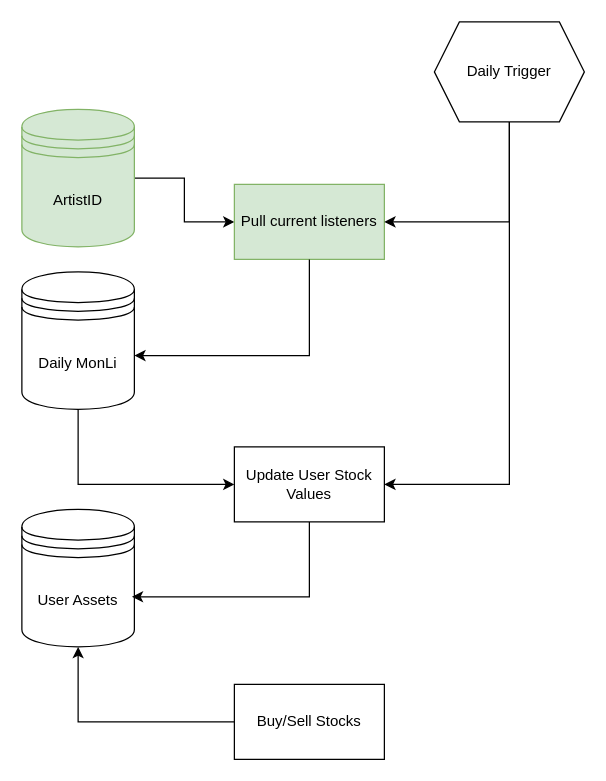
This is flow.drawio from YadamD/stocksify, a draw.io file, before an edit. Source tidied: cells renumbered, new cells numbered last; positions are measured from the earlier drawing's top-left corner, leaving out a move shared by most shapes. Both pictures are drawn from the tidied source at 125%, with x=0, y=0 at pixel (21, 21).
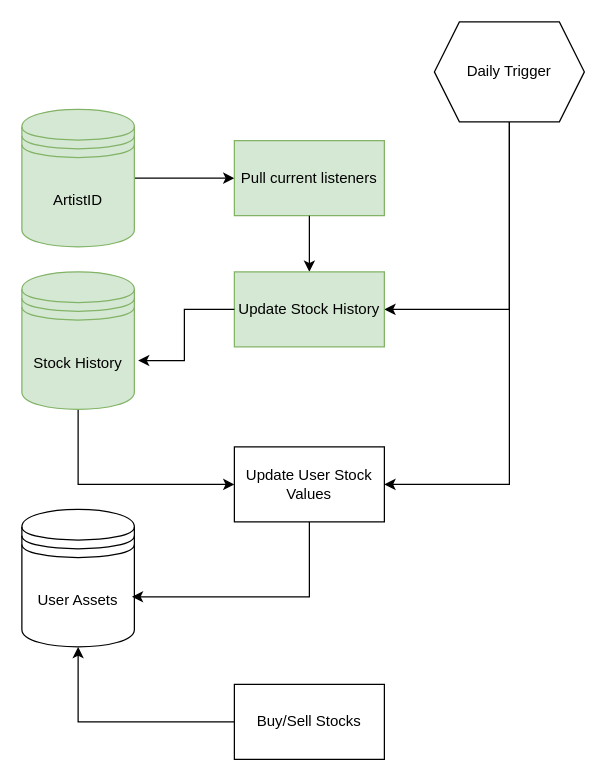
The same page after the edit.

The change refers to these unchanged cells:
```xml
<mxCell id="14" value="Daily Trigger" style="shape=hexagon;perimeter=hexagonPerimeter2;whiteSpace=wrap;html=1;fixedSize=1;" parent="1" vertex="1">
  <mxGeometry x="330" width="120" height="80" as="geometry" />
</mxCell>
```

The edit, as a diff of the source:
```diff
@@
-    <mxCell id="6" value="Daily MonLi" style="shape=datastore;whiteSpace=wrap;html=1;" parent="1" vertex="1">
+    <mxCell id="6" value="Stock History" style="shape=datastore;whiteSpace=wrap;html=1;fillColor=#d5e8d4;strokeColor=#82b366;" parent="1" vertex="1">
       <mxGeometry y="200" width="90" height="110" as="geometry" />
     </mxCell>
     <mxCell id="7" value="&lt;div&gt;Pull current listeners&lt;/div&gt;" style="rounded=0;whiteSpace=wrap;html=1;fillColor=#d5e8d4;strokeColor=#82b366;" parent="1" vertex="1">
-      <mxGeometry x="170" y="130" width="120" height="60" as="geometry" />
+      <mxGeometry x="170" y="95" width="120" height="60" as="geometry" />
     </mxCell>
-    <mxCell id="8" style="edgeStyle=orthogonalEdgeStyle;rounded=0;jettySize=auto;html=1;entryX=1;entryY=0.609;entryDx=0;entryDy=0;entryPerimeter=0;" parent="1" edge="1" source="7" target="6">
-      <mxGeometry relative="1" as="geometry">
-        <Array as="points">
-          <mxPoint x="230" y="267" />
-        </Array>
-      </mxGeometry>
+    <mxCell id="8" style="edgeStyle=orthogonalEdgeStyle;rounded=0;jettySize=auto;html=1;entryX=0.5;entryY=0;entryDx=0;entryDy=0;" parent="1" edge="1" source="7" target="16">
+      <mxGeometry relative="1" as="geometry" />
     </mxCell>
@@
-    <mxCell id="13" style="edgeStyle=orthogonalEdgeStyle;rounded=0;jettySize=auto;html=1;entryX=1;entryY=0.5;entryDx=0;entryDy=0;" parent="1" edge="1" source="14" target="7">
+    <mxCell id="13" style="edgeStyle=orthogonalEdgeStyle;rounded=0;jettySize=auto;html=1;entryX=1;entryY=0.5;entryDx=0;entryDy=0;" parent="1" edge="1" source="14" target="16">
       <mxGeometry relative="1" as="geometry">
         <Array as="points">
-          <mxPoint x="390" y="160" />
+          <mxPoint x="390" y="230" />
         </Array>
       </mxGeometry>
     </mxCell>
@@
+    <mxCell id="16" value="&lt;div&gt;Update Stock History&lt;/div&gt;" style="rounded=0;whiteSpace=wrap;html=1;fillColor=#d5e8d4;strokeColor=#82b366;" parent="1" vertex="1">
+      <mxGeometry x="170" y="200" width="120" height="60" as="geometry" />
+    </mxCell>
+    <mxCell id="17" style="edgeStyle=orthogonalEdgeStyle;rounded=0;jettySize=auto;html=1;entryX=1.033;entryY=0.645;entryDx=0;entryDy=0;entryPerimeter=0;" parent="1" edge="1" source="16" target="6">
+      <mxGeometry relative="1" as="geometry" />
+    </mxCell>
```
